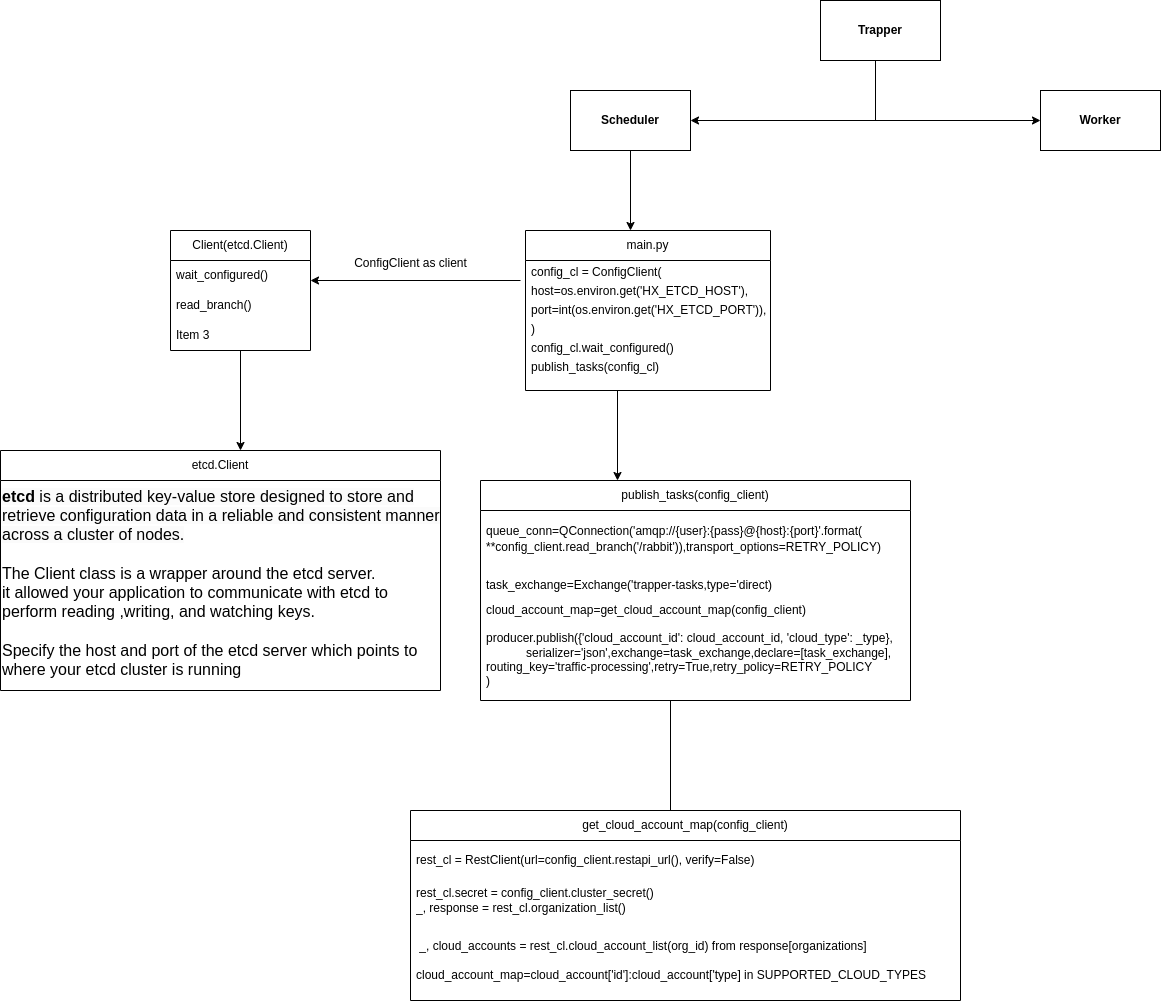
This is trapper.png from mr-arch21/foodOrder, a draw.io export, as it was before one commit. Source tidied: cells renumbered, new cells last; positions are measured from the earlier drawing's top-left corner, leaving out a move shared by most shapes.
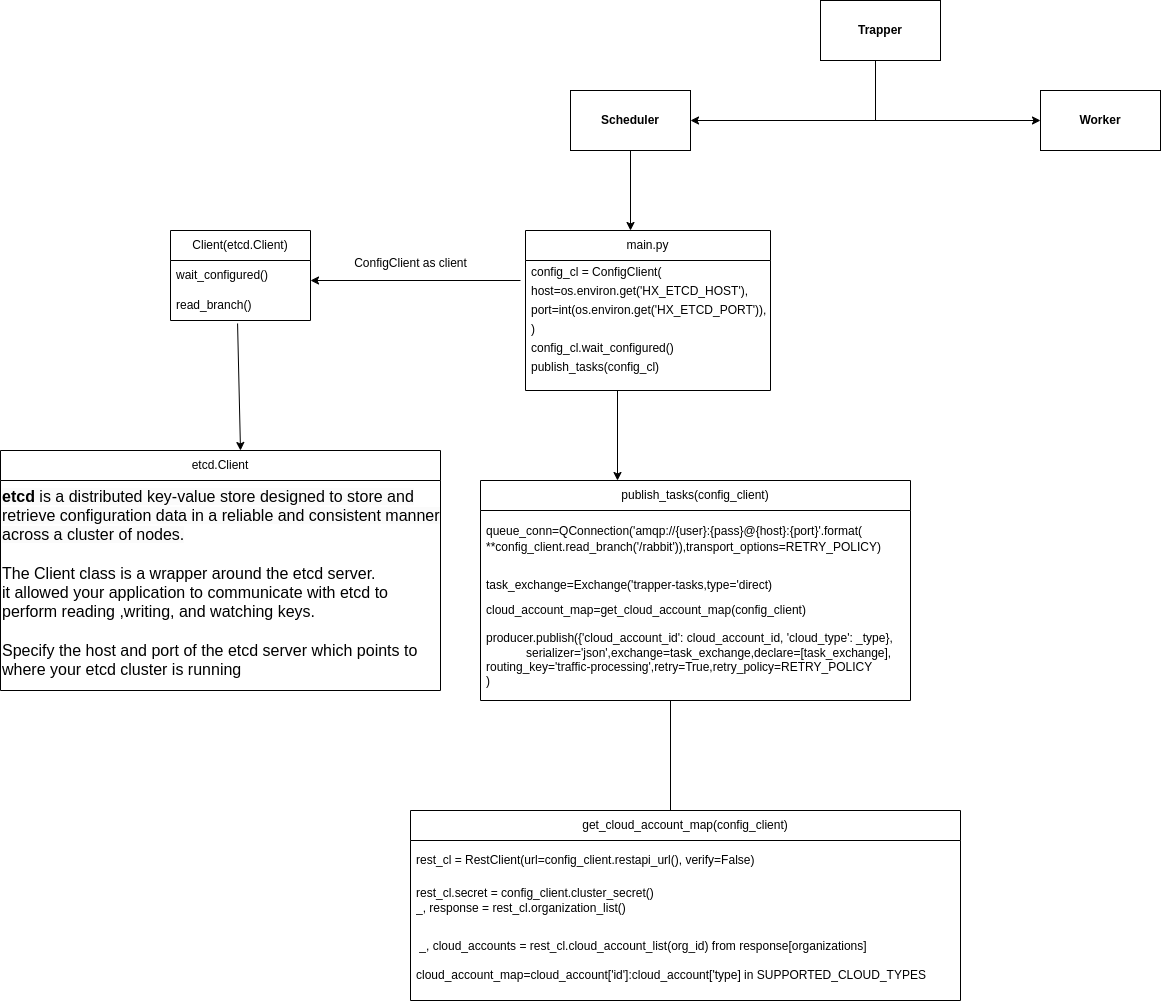
The same diagram one commit later.

The edit, as a diff of the source:
```diff
@@ -47,7 +47,7 @@
       </mxGeometry>
     </mxCell>
     <mxCell id="12" value="Client(etcd.Client)" style="swimlane;fontStyle=0;horizontal=1;startSize=30;whiteSpace=wrap;html=1;" parent="1" vertex="1">
-      <mxGeometry x="170" y="230" width="140" height="120" as="geometry" />
+      <mxGeometry x="170" y="230" width="140" height="90" as="geometry" />
     </mxCell>
     <mxCell id="13" value="wait_configured()" style="text;strokeColor=none;fillColor=none;align=left;verticalAlign=middle;spacingLeft=4;spacingRight=4;overflow=hidden;whiteSpace=wrap;html=1;" parent="12" vertex="1">
       <mxGeometry y="30" width="140" height="30" as="geometry" />
@@ -55,12 +55,8 @@
     <mxCell id="14" value="read_branch()" style="text;strokeColor=none;fillColor=none;align=left;verticalAlign=middle;spacingLeft=4;spacingRight=4;overflow=hidden;points=[[0,0.5],[1,0.5]];portConstraint=eastwest;whiteSpace=wrap;html=1;" parent="12" vertex="1">
       <mxGeometry y="60" width="140" height="30" as="geometry" />
     </mxCell>
-    <mxCell id="15" value="Item 3" style="text;strokeColor=none;fillColor=none;align=left;verticalAlign=middle;spacingLeft=4;spacingRight=4;overflow=hidden;whiteSpace=wrap;html=1;" parent="12" vertex="1">
-      <mxGeometry y="90" width="140" height="30" as="geometry" />
-    </mxCell>
-    <mxCell id="16" style="endArrow=classic;html=1;rounded=0;" parent="1" edge="1">
+    <mxCell id="16" style="endArrow=classic;html=1;rounded=0;exitX=0.479;exitY=1.1;exitDx=0;exitDy=0;exitPerimeter=0;" parent="1" edge="1" source="14">
       <mxGeometry relative="1" as="geometry">
-        <mxPoint x="240" y="350" as="sourcePoint" />
         <mxPoint x="240" y="450" as="targetPoint" />
       </mxGeometry>
     </mxCell>
```
